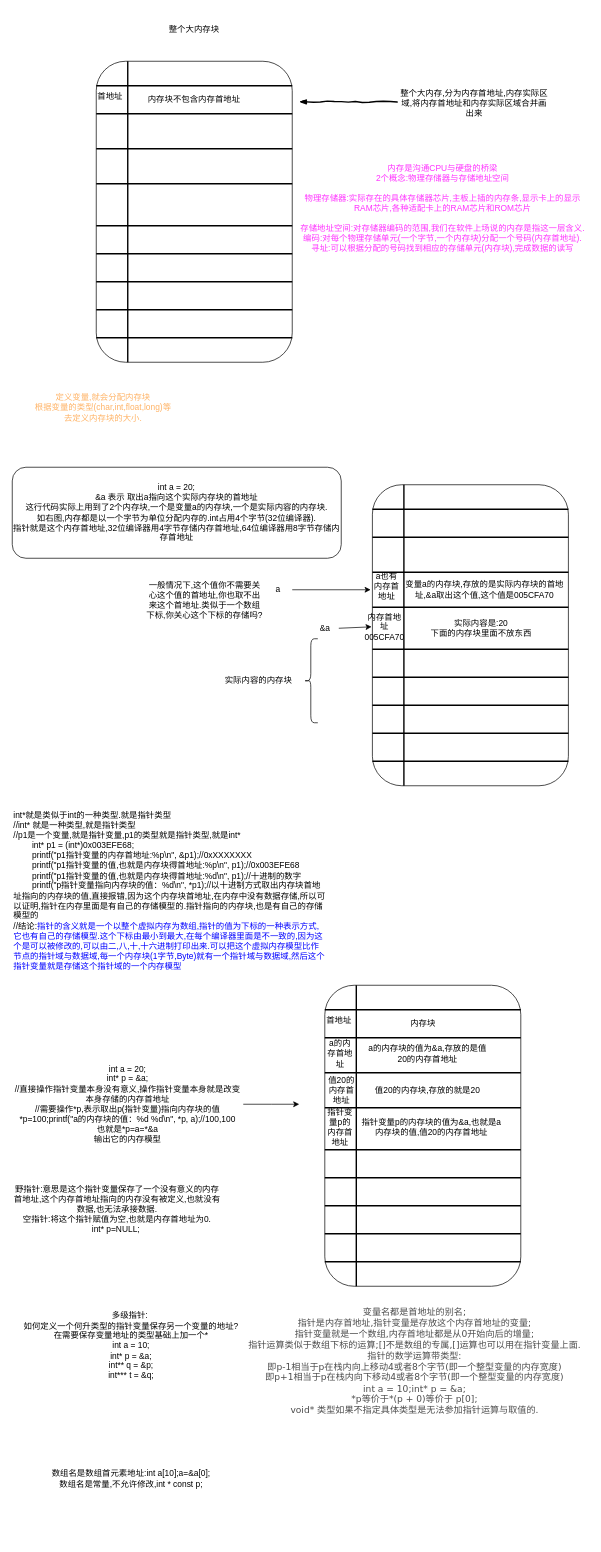
This is source/_posts/Pointer/指针.drawio from xinzhuzi/Record, a draw.io file, before an edit. Source tidied: cells renumbered, new cells numbered last; positions are measured from the earlier drawing's top-left corner, leaving out a move shared by most shapes. Both pictures are drawn from the tidied source at 70%, with x=0, y=0 at pixel (12, 12).
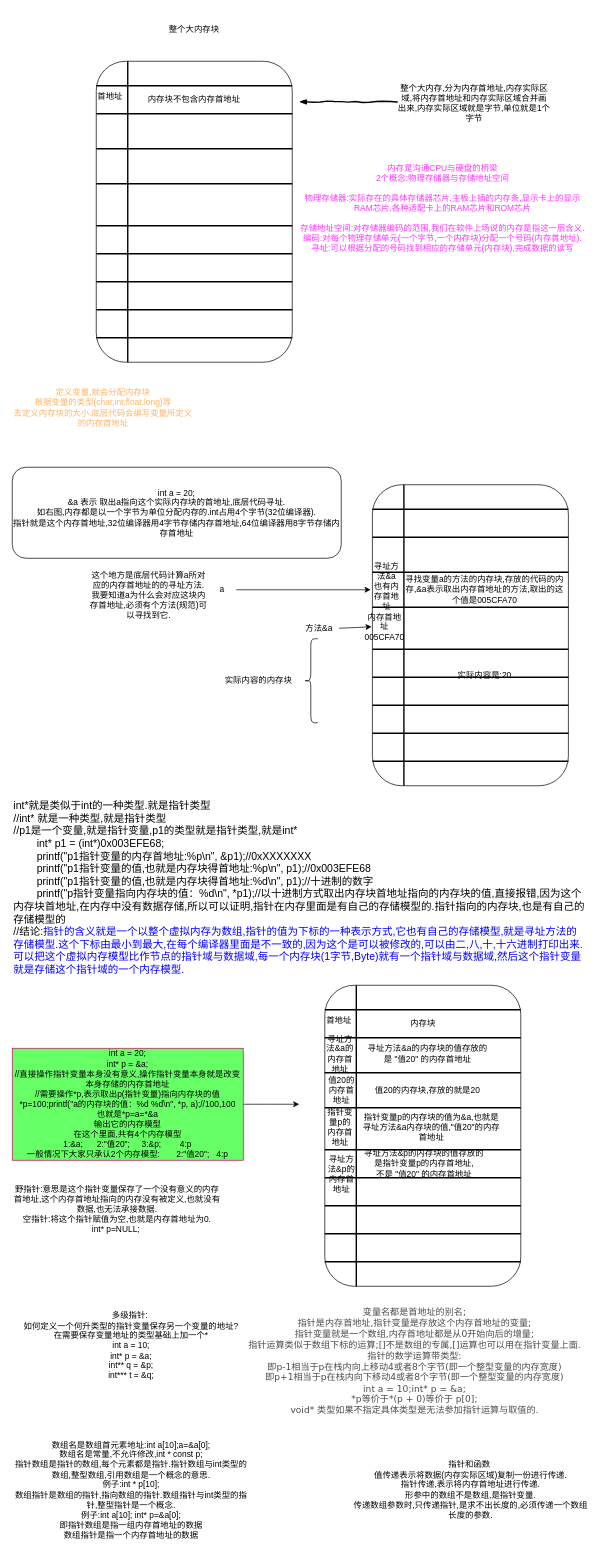
The same page after the edit.

What changed in the source:
```diff
@@
-    <mxCell id="15" value="整个大内存,分为内存首地址,内存实际区域,将内存首地址和内存实际区域合并画出来" style="text;html=1;strokeColor=none;fillColor=none;align=center;verticalAlign=middle;whiteSpace=wrap;rounded=0;" parent="1" vertex="1">
+    <mxCell id="15" value="整个大内存,分为内存首地址,内存实际区域,将内存首地址和内存实际区域合并画出来,内存实际区域就是字节,单位就是1个字节" style="text;html=1;strokeColor=none;fillColor=none;align=center;verticalAlign=middle;whiteSpace=wrap;rounded=0;" parent="1" vertex="1">
       <mxGeometry x="550" y="80" width="220" height="100" as="geometry" />
     </mxCell>
@@
-    <mxCell id="18" value="&lt;font color=&quot;#ffb366&quot;&gt;定义变量,就会分配内存块&lt;br&gt;根据变量的类型(char,int,float,long)等&lt;br&gt;去定义内存块的大小.&lt;br&gt;&lt;/font&gt;" style="text;html=1;strokeColor=none;fillColor=none;align=center;verticalAlign=middle;whiteSpace=wrap;rounded=0;" parent="1" vertex="1">
+    <mxCell id="18" value="&lt;font color=&quot;#ffb366&quot;&gt;定义变量,就会分配内存块&lt;br&gt;根据变量的类型(char,int,float,long)等&lt;br&gt;去定义内存块的大小.底层代码会编写变量所定义的内存首地址&lt;br&gt;&lt;/font&gt;" style="text;html=1;strokeColor=none;fillColor=none;align=center;verticalAlign=middle;whiteSpace=wrap;rounded=0;" parent="1" vertex="1">
       <mxGeometry y="530" width="260" height="70" as="geometry" />
     </mxCell>
-    <mxCell id="19" value="int a = 20;&lt;br&gt;&amp;amp;a 表示 取出a指向这个实际内存块的首地址&lt;br&gt;这行代码实际上用到了2个内存块,一个是变量a的内存块,一个是实际内容的内存块.&lt;br&gt;如右图,内存都是以一个字节为单位分配内存的.int占用4个字节(32位编译器).&lt;br&gt;指针就是这个内存首地址,32位编译器用4字节存储内存首地址,64位编译器用8字节存储内存首地址" style="rounded=1;whiteSpace=wrap;html=1;" parent="1" vertex="1">
+    <mxCell id="19" value="int a = 20;&lt;br&gt;&amp;amp;a 表示 取出a指向这个实际内存块的首地址,底层代码寻址.&lt;br&gt;如右图,内存都是以一个字节为单位分配内存的.int占用4个字节(32位编译器).&lt;br&gt;指针就是这个内存首地址,32位编译器用4字节存储内存首地址,64位编译器用8字节存储内存首地址" style="rounded=1;whiteSpace=wrap;html=1;" parent="1" vertex="1">
       <mxGeometry y="650" width="470" height="130" as="geometry" />
     </mxCell>
@@
-    <mxCell id="31" value="&amp;amp;a" style="text;html=1;strokeColor=none;fillColor=none;align=center;verticalAlign=middle;whiteSpace=wrap;rounded=0;" parent="1" vertex="1">
-      <mxGeometry x="426.5" y="870" width="40" height="20" as="geometry" />
+    <mxCell id="31" value="方法&amp;amp;a" style="text;html=1;strokeColor=none;fillColor=none;align=center;verticalAlign=middle;whiteSpace=wrap;rounded=0;" parent="1" vertex="1">
+      <mxGeometry x="410" y="870" width="57" height="20" as="geometry" />
     </mxCell>
@@
-    <mxCell id="33" value="变量a的内存块,存放的是实际内存块的首地址,&amp;amp;a取出这个值,这个值是005CFA70" style="text;html=1;strokeColor=none;fillColor=none;align=center;verticalAlign=middle;whiteSpace=wrap;rounded=0;" parent="1" vertex="1">
+    <mxCell id="33" value="寻找变量a的方法的内存块,存放的代码的内存,&amp;amp;a表示取出内存首地址的方法,取出的这个值是005CFA70" style="text;html=1;strokeColor=none;fillColor=none;align=center;verticalAlign=middle;whiteSpace=wrap;rounded=0;" parent="1" vertex="1">
       <mxGeometry x="560" y="800" width="230" height="50" as="geometry" />
     </mxCell>
@@
     <mxCell id="37" value="a" style="text;html=1;strokeColor=none;fillColor=none;align=center;verticalAlign=middle;whiteSpace=wrap;rounded=0;" parent="1" vertex="1">
-      <mxGeometry x="360" y="815" width="40" height="20" as="geometry" />
+      <mxGeometry x="280" y="815" width="40" height="20" as="geometry" />
     </mxCell>
@@
-    <mxCell id="39" value="a也有内存首地址" style="text;html=1;strokeColor=none;fillColor=none;align=center;verticalAlign=middle;whiteSpace=wrap;rounded=0;" parent="1" vertex="1">
-      <mxGeometry x="515" y="800" width="40" height="40" as="geometry" />
+    <mxCell id="39" value="寻址方法&amp;amp;a也有内存首地址" style="text;html=1;strokeColor=none;fillColor=none;align=center;verticalAlign=middle;whiteSpace=wrap;rounded=0;" parent="1" vertex="1">
+      <mxGeometry x="514.5" y="790" width="40" height="60" as="geometry" />
     </mxCell>
-    <mxCell id="40" value="实际内容是:20&lt;br&gt;下面的内存块里面不放东西" style="text;html=1;strokeColor=none;fillColor=none;align=center;verticalAlign=middle;whiteSpace=wrap;rounded=0;" parent="1" vertex="1">
-      <mxGeometry x="590" y="865" width="160" height="30" as="geometry" />
+    <mxCell id="40" value="&lt;br&gt;实际内容是:20" style="text;html=1;strokeColor=none;fillColor=none;align=center;verticalAlign=middle;whiteSpace=wrap;rounded=0;" parent="1" vertex="1">
+      <mxGeometry x="560" y="850" width="230" height="180" as="geometry" />
     </mxCell>
@@
-    <mxCell id="42" value="一般情况下,这个值你不需要关心这个值的首地址,你也取不出来这个首地址.类似于一个数组下标,你关心这个下标的存储吗?" style="text;html=1;strokeColor=none;fillColor=none;align=center;verticalAlign=middle;whiteSpace=wrap;rounded=0;" parent="1" vertex="1">
-      <mxGeometry x="190" y="792.5" width="170" height="95" as="geometry" />
+    <mxCell id="42" value="这个地方是底层代码计算a所对应的内存首地址的的寻址方法.&lt;br&gt;我要知道a为什么会对应这块内存首地址,必须有个方法(规范)可以寻找到它." style="text;html=1;strokeColor=none;fillColor=none;align=center;verticalAlign=middle;whiteSpace=wrap;rounded=0;" parent="1" vertex="1">
+      <mxGeometry x="110" y="785" width="170" height="95" as="geometry" />
     </mxCell>
@@
-    <mxCell id="44" value="int*就是类似于int的一种类型.就是指针类型&lt;br&gt;&lt;div&gt;//int* 就是一种类型,就是指针类型&lt;/div&gt;&lt;div&gt;//p1是一个变量,就是指针变量,p1的类型就是指针类型,就是int*&lt;/div&gt;&lt;div&gt;&lt;span style=&quot;white-space: pre&quot;&gt;&#9;&lt;/span&gt;int* p1 = (int*)0x003EFE68;&lt;/div&gt;&lt;div&gt;&lt;span style=&quot;white-space: pre&quot;&gt;&#9;&lt;/span&gt;printf(&quot;p1指针变量的内存首地址:%p\n&quot;, &amp;amp;p1);//0xXXXXXXX&lt;/div&gt;&lt;div&gt;&lt;span style=&quot;white-space: pre&quot;&gt;&#9;&lt;/span&gt;printf(&quot;p1指针变量的值,也就是内存块得首地址:%p\n&quot;, p1);//0x003EFE68&lt;/div&gt;&lt;div&gt;&lt;span style=&quot;white-space: pre&quot;&gt;&#9;&lt;/span&gt;printf(&quot;p1指针变量的值,也就是内存块得首地址:%d\n&quot;, p1);//十进制的数字&lt;/div&gt;&lt;div&gt;&lt;span style=&quot;white-space: pre&quot;&gt;&#9;&lt;/span&gt;printf(&quot;p指针变量指向内存块的值：%d\n&quot;, *p1);//以十进制方式取出内存块首地址指向的内存块的值,直接报错,因为这个内存块首地址,在内存中没有数据存储,所以可以证明,指针在内存里面是有自己的存储模型的.指针指向的内存块,也是有自己的存储模型的&lt;br&gt;&lt;/div&gt;&lt;div&gt;//结论:&lt;font color=&quot;#0000ff&quot;&gt;指针的含义就是一个以整个虚拟内存为数组,指针的值为下标的一种表示方式,它也有自己的存储模型.这个下标由最小到最大,在每个编译器里面是不一致的,因为这个是可以被修改的,可以由二,八,十,十六进制打印出来.可以把这个虚拟内存模型比作节点的指针域与数据域,每一个内存块(1字节,Byte)就有一个指针域与数据域,然后这个指针变量就是存储这个指针域的一个内存模型&lt;/font&gt;&lt;/div&gt;" style="text;html=1;strokeColor=none;fillColor=none;align=left;verticalAlign=middle;whiteSpace=wrap;rounded=0;" parent="1" vertex="1">
-      <mxGeometry y="1139" width="450" height="231" as="geometry" />
+    <mxCell id="44" value="int*就是类似于int的一种类型.就是指针类型&lt;br style=&quot;font-size: 15px&quot;&gt;&lt;div style=&quot;font-size: 15px&quot;&gt;//int* 就是一种类型,就是指针类型&lt;/div&gt;&lt;div style=&quot;font-size: 15px&quot;&gt;//p1是一个变量,就是指针变量,p1的类型就是指针类型,就是int*&lt;/div&gt;&lt;div style=&quot;font-size: 15px&quot;&gt;&lt;span style=&quot;white-space: pre ; font-size: 15px&quot;&gt;&#9;&lt;/span&gt;int* p1 = (int*)0x003EFE68;&lt;/div&gt;&lt;div style=&quot;font-size: 15px&quot;&gt;&lt;span style=&quot;white-space: pre ; font-size: 15px&quot;&gt;&#9;&lt;/span&gt;printf(&quot;p1指针变量的内存首地址:%p\n&quot;, &amp;amp;p1);//0xXXXXXXX&lt;/div&gt;&lt;div style=&quot;font-size: 15px&quot;&gt;&lt;span style=&quot;white-space: pre ; font-size: 15px&quot;&gt;&#9;&lt;/span&gt;printf(&quot;p1指针变量的值,也就是内存块得首地址:%p\n&quot;, p1);//0x003EFE68&lt;/div&gt;&lt;div style=&quot;font-size: 15px&quot;&gt;&lt;span style=&quot;white-space: pre ; font-size: 15px&quot;&gt;&#9;&lt;/span&gt;printf(&quot;p1指针变量的值,也就是内存块得首地址:%d\n&quot;, p1);//十进制的数字&lt;/div&gt;&lt;div style=&quot;font-size: 15px&quot;&gt;&lt;span style=&quot;white-space: pre ; font-size: 15px&quot;&gt;&#9;&lt;/span&gt;printf(&quot;p指针变量指向内存块的值：%d\n&quot;, *p1);//以十进制方式取出内存块首地址指向的内存块的值,直接报错,因为这个内存块首地址,在内存中没有数据存储,所以可以证明,指针在内存里面是有自己的存储模型的.指针指向的内存块,也是有自己的存储模型的&lt;br style=&quot;font-size: 15px&quot;&gt;&lt;/div&gt;&lt;div style=&quot;font-size: 15px&quot;&gt;//结论:&lt;font color=&quot;#0000ff&quot; style=&quot;font-size: 15px&quot;&gt;指针的含义就是一个以整个虚拟内存为数组,指针的值为下标的一种表示方式,它也有自己的存储模型,就是寻址方法的存储模型.这个下标由最小到最大,在每个编译器里面是不一致的,因为这个是可以被修改的,可以由二,八,十,十六进制打印出来.可以把这个虚拟内存模型比作节点的指针域与数据域,每一个内存块(1字节,Byte)就有一个指针域与数据域,然后这个指针变量就是存储这个指针域的一个内存模型.&lt;/font&gt;&lt;/div&gt;" style="text;html=1;strokeColor=none;fillColor=none;align=left;verticalAlign=middle;whiteSpace=wrap;rounded=0;fontSize=15;" parent="1" vertex="1">
+      <mxGeometry y="1120" width="820" height="260" as="geometry" />
     </mxCell>
@@
-    <mxCell id="46" value="int a = 20;&lt;br&gt;int* p = &amp;amp;a;&lt;br&gt;//直接操作指针变量本身没有意义,操作指针变量本身就是改变本身存储的内存首地址&lt;br&gt;//需要操作*p,表示取出p(指针变量)指向内存块的值&lt;br&gt;*p=100;printf(&quot;a的内存块的值：%d %d\n&quot;, *p, a);//100,100&lt;br&gt;也就是*p=a=*&amp;amp;a&lt;br&gt;输出它的内存模型" style="text;html=1;strokeColor=none;fillColor=none;align=center;verticalAlign=middle;whiteSpace=wrap;rounded=0;" parent="1" vertex="1">
-      <mxGeometry y="1500" width="330" height="120" as="geometry" />
+    <mxCell id="46" value="int a = 20;&lt;br&gt;int* p = &amp;amp;a;&lt;br&gt;//直接操作指针变量本身没有意义,操作指针变量本身就是改变本身存储的内存首地址&lt;br&gt;//需要操作*p,表示取出p(指针变量)指向内存块的值&lt;br&gt;*p=100;printf(&quot;a的内存块的值：%d %d\n&quot;, *p, a);//100,100&lt;br&gt;也就是*p=a=*&amp;amp;a&lt;br&gt;输出它的内存模型&lt;br&gt;在这个里面,共有4个内存模型&lt;br&gt;1:&amp;amp;a;&amp;nbsp; &amp;nbsp; &amp;nbsp; 2:&quot;值20&quot;;&amp;nbsp; &amp;nbsp; &amp;nbsp;3:&amp;amp;p;&amp;nbsp; &amp;nbsp; &amp;nbsp; &amp;nbsp; 4:p&lt;br&gt;一般情况下大家只承认2个内存模型:&amp;nbsp; &amp;nbsp; &amp;nbsp; &amp;nbsp;2:&quot;值20&quot;;&amp;nbsp;&amp;nbsp; 4:p" style="text;html=1;strokeColor=#CC0066;fillColor=#66FF66;align=center;verticalAlign=middle;whiteSpace=wrap;rounded=0;" parent="1" vertex="1">
+      <mxGeometry y="1480" width="330" height="160" as="geometry" />
     </mxCell>
@@
-    <mxCell id="60" value="a的内存首地址" style="text;html=1;strokeColor=none;fillColor=none;align=center;verticalAlign=middle;whiteSpace=wrap;rounded=0;" parent="1" vertex="1">
+    <mxCell id="60" value="寻址方法&amp;amp;a的内存首地址" style="text;html=1;strokeColor=none;fillColor=none;align=center;verticalAlign=middle;whiteSpace=wrap;rounded=0;" parent="1" vertex="1">
       <mxGeometry x="447" y="1465" width="43" height="45" as="geometry" />
     </mxCell>
-    <mxCell id="61" value="a的内存块的值为&amp;amp;a,存放的是值20的内存首地址" style="text;html=1;strokeColor=none;fillColor=none;align=center;verticalAlign=middle;whiteSpace=wrap;rounded=0;" parent="1" vertex="1">
+    <mxCell id="61" value="寻址方法&amp;amp;a的内存块的值存放的是 &quot;值20&quot; 的内存首地址" style="text;html=1;strokeColor=none;fillColor=none;align=center;verticalAlign=middle;whiteSpace=wrap;rounded=0;" parent="1" vertex="1">
       <mxGeometry x="507" y="1465" width="173" height="45" as="geometry" />
     </mxCell>
@@
-    <mxCell id="63" value="指针变量p的内存块的值为&amp;amp;a,也就是a内存块的值,值20的内存首地址" style="text;html=1;strokeColor=none;fillColor=none;align=center;verticalAlign=middle;whiteSpace=wrap;rounded=0;" parent="1" vertex="1">
+    <mxCell id="63" value="指针变量p的内存块的值为&amp;amp;a,也就是寻址方法&amp;amp;a内存块的值,&quot;值20&quot;的内存首地址" style="text;html=1;strokeColor=none;fillColor=none;align=center;verticalAlign=middle;whiteSpace=wrap;rounded=0;" parent="1" vertex="1">
       <mxGeometry x="497" y="1570" width="204" height="45" as="geometry" />
     </mxCell>
@@
-    <mxCell id="68" value="数组名是数组首元素地址:int a[10];a=&amp;amp;a[0];&lt;br&gt;数组名是常量,不允许修改,int * const p;" style="text;html=1;strokeColor=none;fillColor=none;align=center;verticalAlign=middle;whiteSpace=wrap;rounded=0;" parent="1" vertex="1">
-      <mxGeometry y="2040" width="340" height="110" as="geometry" />
+    <mxCell id="68" value="数组名是数组首元素地址:int a[10];a=&amp;amp;a[0];&lt;br&gt;数组名是常量,不允许修改,int * const p;&lt;br&gt;指针数组是指针的数组,每个元素都是指针.指针数组与int类型的数组,整型数组,引用数组是一个概念的意思.&lt;br&gt;例子:int * p[10];&lt;br&gt;数组指针是数组的指针,指向数组的指针.数组指针与int类型的指针,整型指针是一个概念.&lt;br&gt;例子:int a[10]; int* p=&amp;amp;a[0];&lt;br&gt;即指针数组是指一组内存首地址的数据&lt;br&gt;数组指针是指一个内存首地址的数据" style="text;html=1;strokeColor=none;fillColor=none;align=center;verticalAlign=middle;whiteSpace=wrap;rounded=0;" parent="1" vertex="1">
+      <mxGeometry y="2040" width="340" height="142" as="geometry" />
     </mxCell>
+    <mxCell id="69" value="指针和函数&amp;nbsp;&lt;br&gt;值传递表示将数据(内存实际区域)复制一份进行传递.&lt;br&gt;指针传递,表示将内存首地址进行传递.&lt;br&gt;形参中的数组不是数组,是指针变量.&lt;br&gt;传递数组参数时,只传递指针,是求不出长度的,必须传递一个数组长度的参数." style="text;html=1;strokeColor=none;fillColor=none;align=center;verticalAlign=middle;whiteSpace=wrap;rounded=0;" parent="1" vertex="1">
+      <mxGeometry x="484.5" y="2056" width="340" height="110" as="geometry" />
+    </mxCell>
+    <mxCell id="70" value="寻址方法&amp;amp;p的内存首地址" style="text;html=1;strokeColor=none;fillColor=none;align=center;verticalAlign=middle;whiteSpace=wrap;rounded=0;" parent="1" vertex="1">
+      <mxGeometry x="448.5" y="1637.5" width="43" height="45" as="geometry" />
+    </mxCell>
+    <mxCell id="71" value="寻址方法&amp;amp;p的内存块的值存放的是指针变量p的内存首地址,&lt;br&gt;不是 &quot;值20&quot; 的内存首地址" style="text;html=1;strokeColor=none;fillColor=none;align=center;verticalAlign=middle;whiteSpace=wrap;rounded=0;" parent="1" vertex="1">
+      <mxGeometry x="502" y="1620" width="173" height="50" as="geometry" />
+    </mxCell>
```
